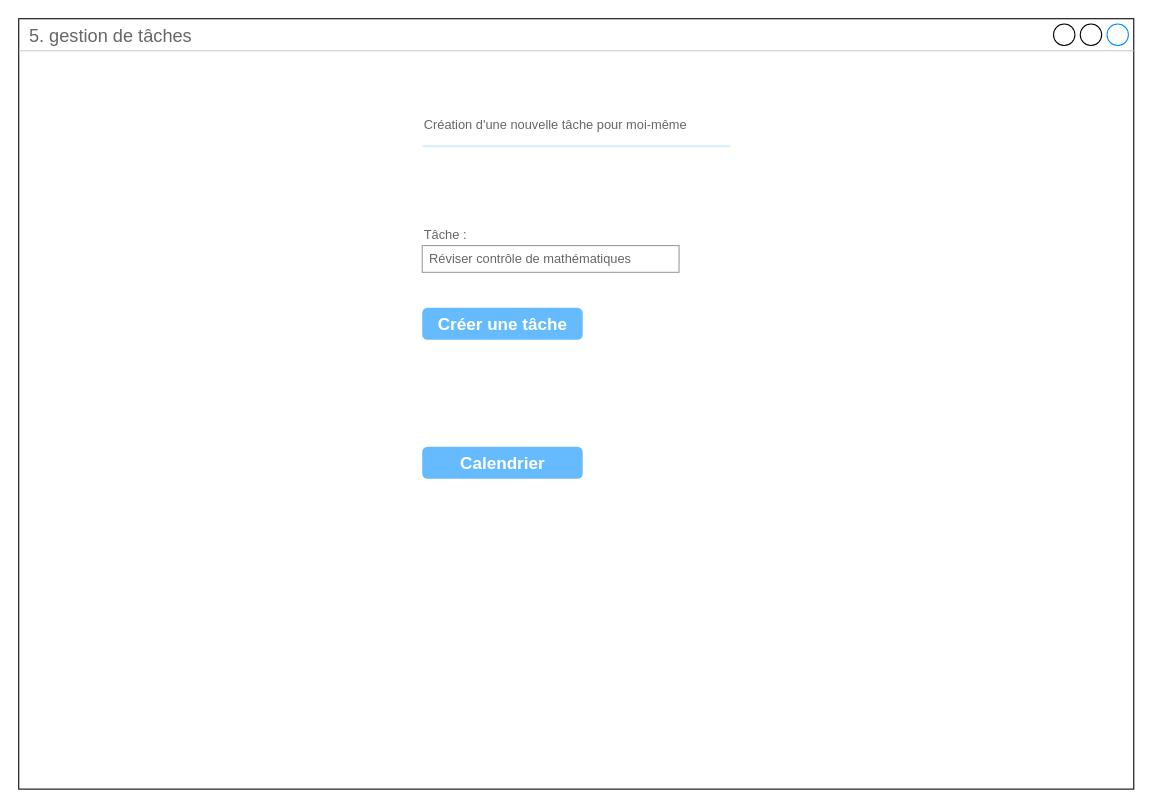
Before: page "5. gestion de tâches - élève" (9 of 10) of P3 - maquettes.drawio in GDSDC/OpenclassroomsProject-P3, a draw.io diagram. Source tidied: cells renumbered, new cells numbered last; positions are measured from the earlier drawing's top-left corner, leaving out a move shared by most shapes. Both pictures are drawn from the tidied source at 107%, with x=0, y=0 at pixel (18, 18).
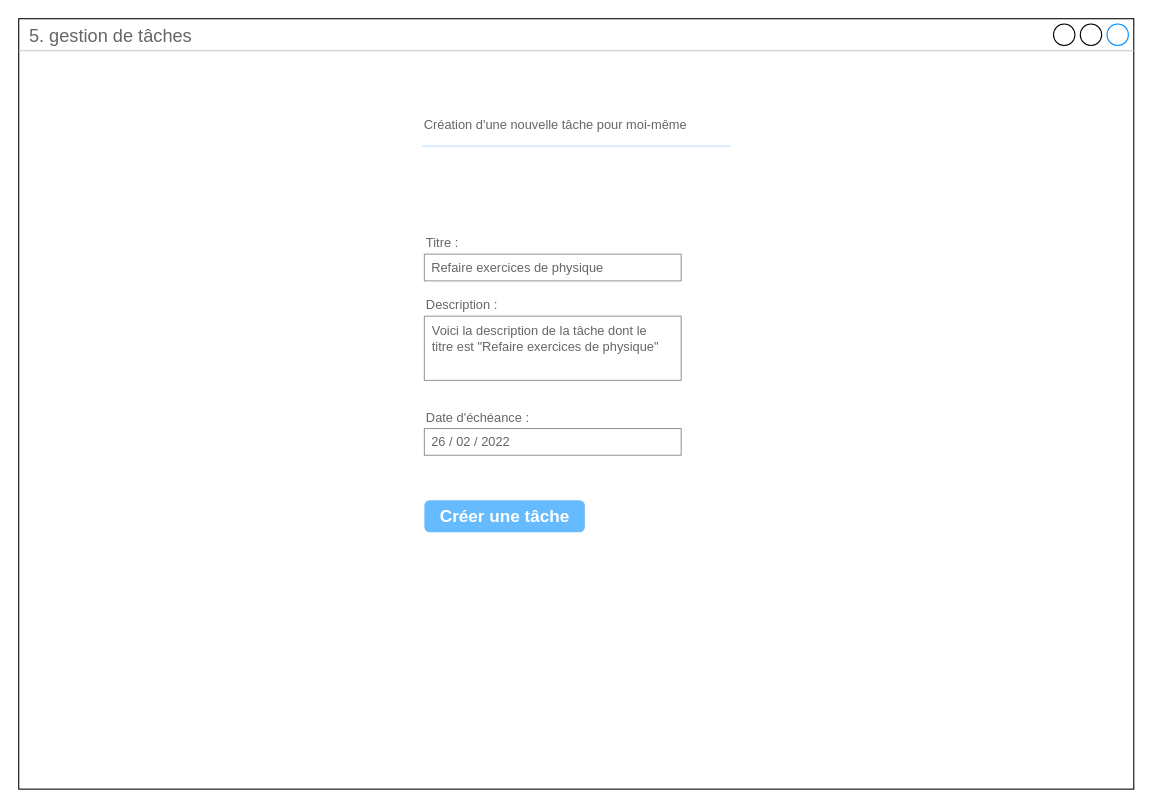
The same page after the edit.

What changed in the source:
```diff
@@
 <mxGraphModel>
   <root>
     <mxCell id="0" />
     <mxCell id="1" parent="0" />
     <mxCell id="2" value="5. gestion de tâches" style="strokeWidth=1;shadow=0;dashed=0;align=center;html=1;shape=mxgraph.mockup.containers.window;align=left;verticalAlign=top;spacingLeft=8;strokeColor2=#008cff;strokeColor3=#c4c4c4;fontColor=#666666;mainText=;fontSize=17;labelBackgroundColor=none;" parent="1" vertex="1">
       <mxGeometry width="1042.1" height="720" as="geometry" />
     </mxCell>
     <mxCell id="3" value="Création d'une nouvelle tâche pour moi-même" style="strokeWidth=1;shadow=0;dashed=0;align=center;html=1;shape=mxgraph.mockup.forms.anchor;fontSize=12;fontColor=#666666;align=left;spacingLeft=0;" parent="1" vertex="1">
       <mxGeometry x="377.1" y="90" width="160" height="20" as="geometry" />
     </mxCell>
     <mxCell id="4" style="shape=line;strokeColor=#ddeeff;strokeWidth=2;html=1;" parent="1" vertex="1">
       <mxGeometry x="377.1" y="114" width="288" height="10" as="geometry" />
     </mxCell>
-    <mxCell id="5" value="Tâche :" style="strokeWidth=1;shadow=0;dashed=0;align=center;html=1;shape=mxgraph.mockup.forms.anchor;fontSize=12;fontColor=#666666;align=left;spacingLeft=0;" parent="1" vertex="1">
-      <mxGeometry x="377.1" y="192" width="160" height="20" as="geometry" />
-    </mxCell>
-    <mxCell id="6" value="Réviser contrôle de mathématiques" style="strokeWidth=1;shadow=0;dashed=0;align=center;html=1;shape=mxgraph.mockup.forms.rrect;rSize=0;strokeColor=#999999;fontColor=#666666;align=left;spacingLeft=5;" parent="1" vertex="1">
-      <mxGeometry x="377.1" y="212" width="240" height="25" as="geometry" />
-    </mxCell>
+    <mxCell id="9" value="Titre :" style="strokeWidth=1;shadow=0;dashed=0;align=center;html=1;shape=mxgraph.mockup.forms.anchor;fontSize=12;fontColor=#666666;align=left;spacingLeft=0;" parent="1" vertex="1">
+      <mxGeometry x="379.1" y="200" width="160" height="20" as="geometry" />
+    </mxCell>
+    <mxCell id="10" value="Refaire exercices de physique" style="strokeWidth=1;shadow=0;dashed=0;align=center;html=1;shape=mxgraph.mockup.forms.rrect;rSize=0;strokeColor=#999999;fontColor=#666666;align=left;spacingLeft=5;" parent="1" vertex="1">
+      <mxGeometry x="379.1" y="220" width="240" height="25" as="geometry" />
+    </mxCell>
     <mxCell id="7" value="Créer une tâche" style="strokeWidth=1;shadow=0;dashed=0;align=center;html=1;shape=mxgraph.mockup.forms.rrect;rSize=5;strokeColor=none;fontColor=#ffffff;fillColor=#66bbff;fontSize=16;fontStyle=1;" parent="1" vertex="1">
-      <mxGeometry x="377.1" y="270" width="150" height="30" as="geometry" />
+      <mxGeometry x="379.1" y="450" width="150" height="30" as="geometry" />
     </mxCell>
-    <mxCell id="8" value="Calendrier" style="strokeWidth=1;shadow=0;dashed=0;align=center;html=1;shape=mxgraph.mockup.forms.rrect;rSize=5;strokeColor=none;fontColor=#ffffff;fillColor=#66bbff;fontSize=16;fontStyle=1;" parent="1" vertex="1">
-      <mxGeometry x="377.1" y="400" width="150" height="30" as="geometry" />
-    </mxCell>
+    <mxCell id="11" style="strokeWidth=1;shadow=0;dashed=0;align=left;html=1;shape=mxgraph.mockup.forms.rrect;rSize=0;strokeColor=#999999;fontColor=#666666;align=left;spacingLeft=5;" parent="1" vertex="1">
+      <mxGeometry x="379.1" y="278" width="240" height="60" as="geometry" />
+    </mxCell>
+    <mxCell id="12" value="Description :" style="strokeWidth=1;shadow=0;dashed=0;align=center;html=1;shape=mxgraph.mockup.forms.anchor;fontSize=12;fontColor=#666666;align=left;spacingLeft=0;" parent="1" vertex="1">
+      <mxGeometry x="379.1" y="258" width="160" height="20" as="geometry" />
+    </mxCell>
+    <mxCell id="13" value="&lt;div style=&quot;text-align: justify&quot;&gt;&lt;span&gt;&lt;font color=&quot;#666666&quot;&gt;Voici la description de la tâche dont le&lt;/font&gt;&lt;/span&gt;&lt;/div&gt;&lt;div style=&quot;text-align: justify&quot;&gt;&lt;span&gt;&lt;font color=&quot;#666666&quot;&gt;titre est &quot;Refaire exercices de physique&quot;&lt;/font&gt;&lt;/span&gt;&lt;/div&gt;" style="text;html=1;align=center;verticalAlign=middle;strokeColor=none;fillColor=none;" parent="1" vertex="1">
+      <mxGeometry x="377.1" y="284" width="230" height="30" as="geometry" />
+    </mxCell>
+    <mxCell id="14" value="Date d'échéance :" style="strokeWidth=1;shadow=0;dashed=0;align=center;html=1;shape=mxgraph.mockup.forms.anchor;fontSize=12;fontColor=#666666;align=left;spacingLeft=0;" parent="1" vertex="1">
+      <mxGeometry x="379.1" y="363" width="160" height="20" as="geometry" />
+    </mxCell>
+    <mxCell id="15" value="26 / 02 / 2022" style="strokeWidth=1;shadow=0;dashed=0;align=center;html=1;shape=mxgraph.mockup.forms.rrect;rSize=0;strokeColor=#999999;fontColor=#666666;align=left;spacingLeft=5;" parent="1" vertex="1">
+      <mxGeometry x="379.1" y="383" width="240" height="25" as="geometry" />
+    </mxCell>
   </root>
 </mxGraphModel>
```
